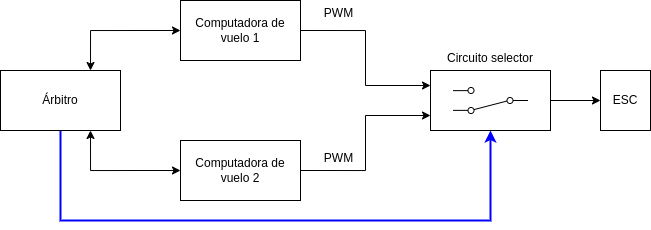
Above: docs/latex/img/ROS_redundancy.png in Federiconunezfrau/FCC-project-LARoptero (draw.io), before the change. Source tidied: cells renumbered, new cells last; positions are measured from the earlier drawing's top-left corner, leaving out a move shared by most shapes.
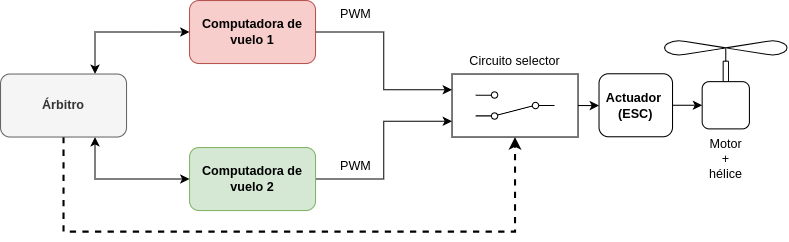
The same diagram one commit later.

The edit, as a diff of the source:
```diff
@@ -2,58 +2,73 @@
   <root>
     <mxCell id="0" />
     <mxCell id="1" parent="0" />
-    <mxCell id="2" style="edgeStyle=orthogonalEdgeStyle;rounded=0;jettySize=auto;html=1;exitX=1;exitY=0.5;exitDx=0;exitDy=0;entryX=0;entryY=0.25;entryDx=0;entryDy=0;" parent="1" edge="1" source="3" target="13">
-      <mxGeometry relative="1" as="geometry" />
+    <mxCell id="2" style="shape=mxgraph.pid.agitators.agitator_(propeller);html=1;align=center;verticalLabelPosition=bottom;verticalAlign=top;dashed=0;rotation=-180;" parent="1" vertex="1">
+      <mxGeometry x="631.5" y="37.8" width="118.5" height="80" as="geometry" />
     </mxCell>
-    <mxCell id="3" value="Computadora de vuelo 1" style="rounded=0;whiteSpace=wrap;html=1;" parent="1" vertex="1">
-      <mxGeometry x="180" width="120" height="60" as="geometry" />
+    <mxCell id="3" style="edgeStyle=orthogonalEdgeStyle;rounded=0;jettySize=auto;html=1;exitX=1;exitY=0.5;exitDx=0;exitDy=0;entryX=0;entryY=0.25;entryDx=0;entryDy=0;" parent="1" edge="1" source="4" target="15">
+      <mxGeometry relative="1" as="geometry" />
     </mxCell>
-    <mxCell id="4" style="edgeStyle=orthogonalEdgeStyle;rounded=0;jettySize=auto;html=1;exitX=1;exitY=0.5;exitDx=0;exitDy=0;entryX=0;entryY=0.75;entryDx=0;entryDy=0;" parent="1" edge="1" source="5" target="13">
-      <mxGeometry relative="1" as="geometry" />
+    <mxCell id="4" value="Computadora de vuelo 1" style="rounded=1;whiteSpace=wrap;html=1;fillColor=#f8cecc;strokeColor=#b85450;fontStyle=1;" parent="1" vertex="1">
+      <mxGeometry x="180" width="120" height="60" as="geometry" />
     </mxCell>
-    <mxCell id="5" value="Computadora de vuelo 2" style="rounded=0;whiteSpace=wrap;html=1;" parent="1" vertex="1">
-      <mxGeometry x="180" y="140" width="120" height="60" as="geometry" />
+    <mxCell id="5" style="edgeStyle=orthogonalEdgeStyle;rounded=0;jettySize=auto;html=1;exitX=1;exitY=0.5;exitDx=0;exitDy=0;entryX=0;entryY=0.75;entryDx=0;entryDy=0;" parent="1" edge="1" source="6" target="15">
+      <mxGeometry relative="1" as="geometry" />
     </mxCell>
-    <mxCell id="6" style="edgeStyle=orthogonalEdgeStyle;rounded=0;jettySize=auto;html=1;exitX=0.75;exitY=0;exitDx=0;exitDy=0;entryX=0;entryY=0.5;entryDx=0;entryDy=0;startArrow=classic;startFill=1;" parent="1" edge="1" source="9" target="3">
-      <mxGeometry relative="1" as="geometry" />
+    <mxCell id="6" value="Computadora de vuelo 2" style="rounded=1;whiteSpace=wrap;html=1;fillColor=#d5e8d4;strokeColor=#82b366;fontStyle=1;" parent="1" vertex="1">
+      <mxGeometry x="180" y="140" width="120" height="60" as="geometry" />
     </mxCell>
-    <mxCell id="7" style="edgeStyle=orthogonalEdgeStyle;rounded=0;jettySize=auto;html=1;exitX=0.75;exitY=1;exitDx=0;exitDy=0;entryX=0;entryY=0.5;entryDx=0;entryDy=0;startArrow=classic;startFill=1;" parent="1" edge="1" source="9" target="5">
+    <mxCell id="7" style="edgeStyle=orthogonalEdgeStyle;rounded=0;jettySize=auto;html=1;exitX=0.75;exitY=0;exitDx=0;exitDy=0;entryX=0;entryY=0.5;entryDx=0;entryDy=0;startArrow=classic;startFill=1;" parent="1" edge="1" source="10" target="4">
       <mxGeometry relative="1" as="geometry" />
     </mxCell>
-    <mxCell id="8" style="edgeStyle=orthogonalEdgeStyle;rounded=0;jettySize=auto;html=1;exitX=0.5;exitY=1;exitDx=0;exitDy=0;entryX=0.5;entryY=1;entryDx=0;entryDy=0;strokeColor=#0000FF;strokeWidth=2;" parent="1" edge="1" source="9" target="13">
-      <mxGeometry relative="1" as="geometry">
-        <Array as="points">
-          <mxPoint x="60" y="220" />
-          <mxPoint x="490" y="220" />
-        </Array>
-      </mxGeometry>
+    <mxCell id="8" style="edgeStyle=orthogonalEdgeStyle;rounded=0;jettySize=auto;html=1;exitX=0.75;exitY=1;exitDx=0;exitDy=0;entryX=0;entryY=0.5;entryDx=0;entryDy=0;startArrow=classic;startFill=1;" parent="1" edge="1" source="10" target="6">
+      <mxGeometry relative="1" as="geometry" />
     </mxCell>
-    <mxCell id="9" value="Árbitro" style="rounded=0;whiteSpace=wrap;html=1;" parent="1" vertex="1">
-      <mxGeometry y="70" width="120" height="60" as="geometry" />
+    <mxCell id="9" style="edgeStyle=orthogonalEdgeStyle;rounded=0;jettySize=auto;html=1;exitX=0.5;exitY=1;exitDx=0;exitDy=0;entryX=0.5;entryY=1;entryDx=0;entryDy=0;strokeColor=#000000;strokeWidth=2;dashed=1;" parent="1" edge="1" source="10" target="15">
+      <mxGeometry relative="1" as="geometry">
+        <Array as="points">
+          <mxPoint x="60" y="220" />
+          <mxPoint x="490" y="220" />
+        </Array>
+      </mxGeometry>
     </mxCell>
-    <mxCell id="10" value="ESC" style="rounded=0;whiteSpace=wrap;html=1;" parent="1" vertex="1">
-      <mxGeometry x="600" y="70" width="50" height="60" as="geometry" />
+    <mxCell id="10" value="Árbitro" style="rounded=1;whiteSpace=wrap;html=1;fillColor=#f5f5f5;fontColor=#333333;strokeColor=#666666;fontStyle=1;" parent="1" vertex="1">
+      <mxGeometry y="70" width="120" height="60" as="geometry" />
     </mxCell>
-    <mxCell id="11" value="Circuito selector" style="text;html=1;strokeColor=none;fillColor=none;align=left;verticalAlign=middle;whiteSpace=wrap;rounded=0;" parent="1" vertex="1">
-      <mxGeometry x="445" y="50" width="90" height="15" as="geometry" />
+    <mxCell id="11" style="edgeStyle=orthogonalEdgeStyle;rounded=0;jettySize=auto;html=1;entryX=0;entryY=0.5;entryDx=0;entryDy=0;exitX=1;exitY=0.5;exitDx=0;exitDy=0;" parent="1" edge="1" source="12" target="21">
+      <mxGeometry relative="1" as="geometry" />
     </mxCell>
-    <mxCell id="12" style="group;" parent="1" vertex="1">
-      <mxGeometry x="430" y="70" width="120" height="60" as="geometry" />
+    <mxCell id="12" value="Actuador&amp;nbsp;&lt;br&gt;(ESC)" style="rounded=1;whiteSpace=wrap;html=1;align=center;fontStyle=1;" parent="1" vertex="1">
+      <mxGeometry x="570" y="69.8" width="70" height="60" as="geometry" />
     </mxCell>
-    <mxCell id="13" style="rounded=0;whiteSpace=wrap;html=1;" parent="12" vertex="1">
-      <mxGeometry width="120" height="60" as="geometry" />
+    <mxCell id="13" value="Circuito selector" style="text;html=1;strokeColor=none;fillColor=none;align=left;verticalAlign=middle;whiteSpace=wrap;rounded=0;" parent="1" vertex="1">
+      <mxGeometry x="445" y="50" width="90" height="15" as="geometry" />
     </mxCell>
-    <mxCell id="14" style="html=1;shape=mxgraph.electrical.electro-mechanical.twoWaySwitch;elSwitchState=2;direction=west;" parent="12" vertex="1">
-      <mxGeometry x="22.5" y="17" width="75" height="26" as="geometry" />
+    <mxCell id="14" style="group;rounded=1;" parent="1" vertex="1">
+      <mxGeometry x="430" y="70" width="120" height="60" as="geometry" />
     </mxCell>
-    <mxCell id="15" value="PWM" style="text;html=1;strokeColor=none;fillColor=none;align=center;verticalAlign=middle;whiteSpace=wrap;rounded=0;" parent="1" vertex="1">
-      <mxGeometry x="321" y="5" width="35" height="15" as="geometry" />
+    <mxCell id="15" style="rounded=0;whiteSpace=wrap;html=1;" parent="14" vertex="1">
+      <mxGeometry width="120" height="60" as="geometry" />
     </mxCell>
-    <mxCell id="16" style="edgeStyle=orthogonalEdgeStyle;rounded=0;jettySize=auto;html=1;exitX=1;exitY=0.5;exitDx=0;exitDy=0;entryX=0;entryY=0.5;entryDx=0;entryDy=0;" parent="1" edge="1" source="13" target="10">
-      <mxGeometry relative="1" as="geometry" />
+    <mxCell id="16" style="html=1;shape=mxgraph.electrical.electro-mechanical.twoWaySwitch;elSwitchState=2;direction=west;" parent="14" vertex="1">
+      <mxGeometry x="22.5" y="17" width="75" height="26" as="geometry" />
     </mxCell>
     <mxCell id="17" value="PWM" style="text;html=1;strokeColor=none;fillColor=none;align=center;verticalAlign=middle;whiteSpace=wrap;rounded=0;" parent="1" vertex="1">
-      <mxGeometry x="321" y="150" width="35" height="15" as="geometry" />
+      <mxGeometry x="321" y="5" width="35" height="15" as="geometry" />
     </mxCell>
+    <mxCell id="18" style="edgeStyle=orthogonalEdgeStyle;rounded=0;jettySize=auto;html=1;exitX=1;exitY=0.5;exitDx=0;exitDy=0;entryX=0;entryY=0.5;entryDx=0;entryDy=0;" parent="1" edge="1" source="15" target="12">
+      <mxGeometry relative="1" as="geometry" />
+    </mxCell>
+    <mxCell id="19" value="PWM" style="text;html=1;strokeColor=none;fillColor=none;align=center;verticalAlign=middle;whiteSpace=wrap;rounded=0;" parent="1" vertex="1">
+      <mxGeometry x="321" y="150" width="35" height="15" as="geometry" />
+    </mxCell>
+    <mxCell id="20" style="rounded=1;whiteSpace=wrap;html=1;rotation=-90;" parent="1" vertex="1">
+      <mxGeometry x="680.7" y="65.2" width="20" height="5" as="geometry" />
+    </mxCell>
+    <mxCell id="21" style="rounded=1;whiteSpace=wrap;html=1;rotation=0;" parent="1" vertex="1">
+      <mxGeometry x="668.2" y="77.2" width="45" height="45" as="geometry" />
+    </mxCell>
+    <mxCell id="22" value="Motor&lt;br&gt;+&lt;br&gt;hélice" style="text;html=1;strokeColor=none;fillColor=none;align=center;verticalAlign=middle;whiteSpace=wrap;rounded=0;" parent="1" vertex="1">
+      <mxGeometry x="660.7" y="127.5" width="60" height="47.5" as="geometry" />
+    </mxCell>
   </root>
 </mxGraphModel>
```
